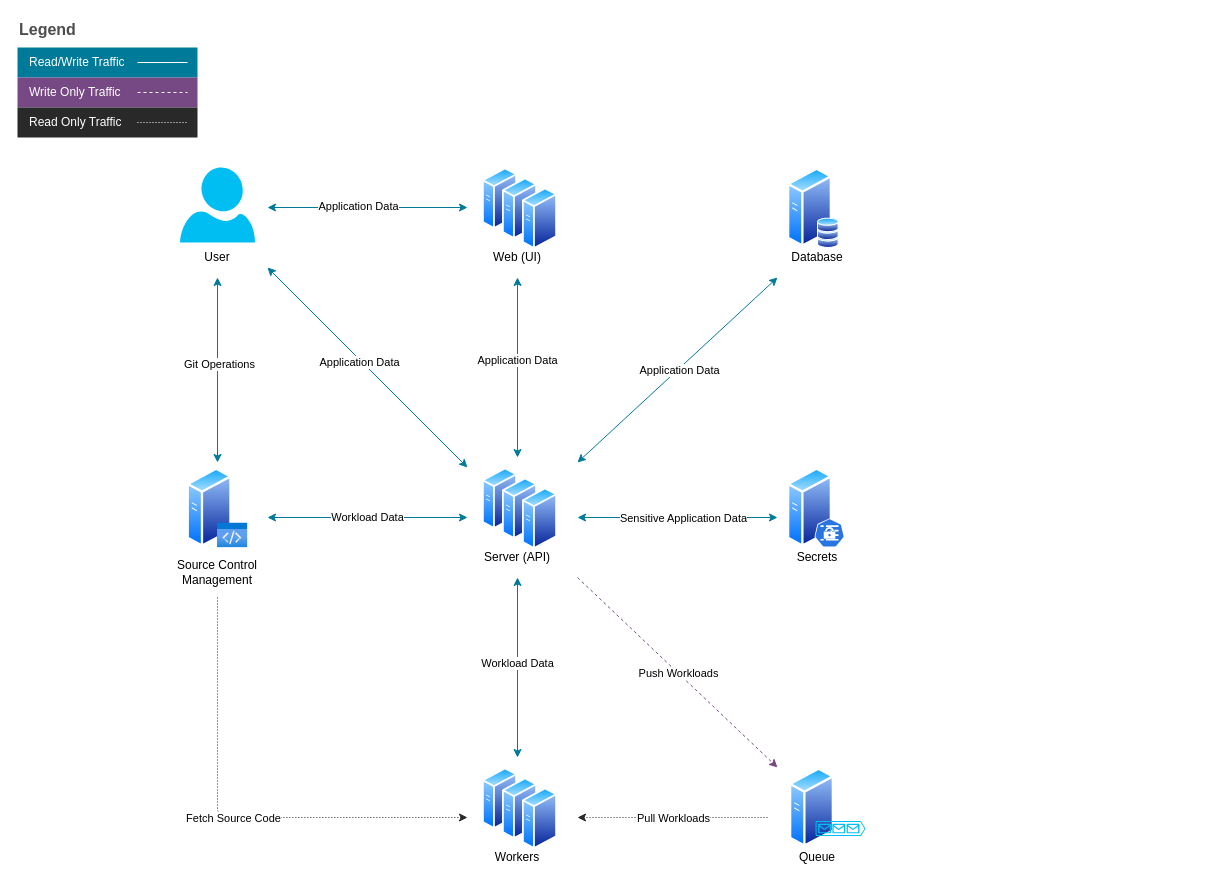
Before: content/administration/vela.drawio in jbrockopp/docs, a draw.io diagram. Source tidied: cells renumbered, new cells numbered last; positions are measured from the earlier drawing's top-left corner, leaving out a move shared by most shapes. Both pictures are drawn from the tidied source at 100%, with x=0, y=0 at pixel (17, 17). Pictures stored in the file or linked from it are replaced by grey dashed boxes.
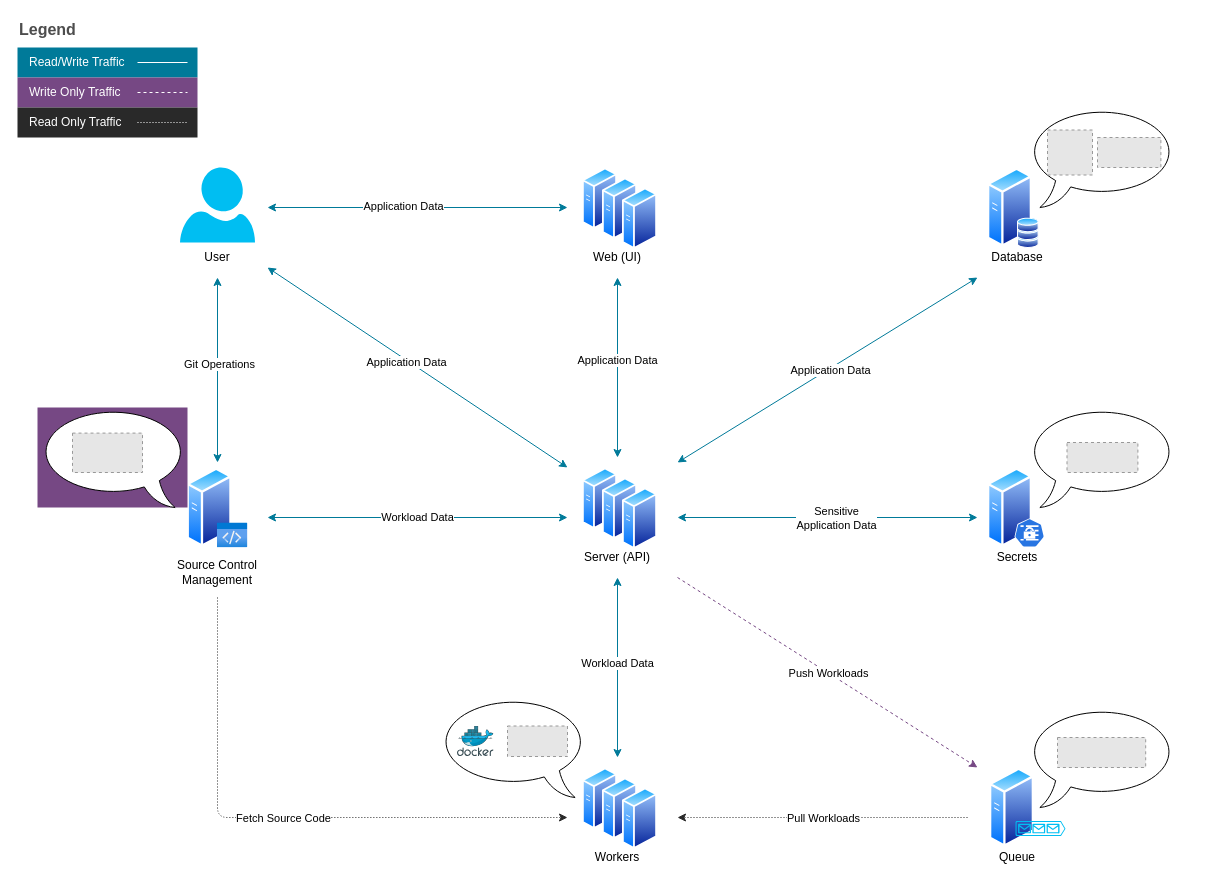
Above is the later version.

Commit message (it also covers changes not shown here):
enhance: update vela overview with tools

The edit, as a diff of the source:
```diff
@@
-    <mxCell id="2" style="group;" parent="1" vertex="1">
-      <mxGeometry x="150" y="150" width="700" height="705" as="geometry" />
-    </mxCell>
+    <mxCell id="66" value="Legend" style="align=left;fontSize=16;fontStyle=1;strokeColor=none;fillColor=none;fontColor=#4D4D4D;spacingTop=-8;" parent="1" vertex="1">
+      <mxGeometry width="180" height="30" as="geometry" />
+    </mxCell>
+    <mxCell id="67" style="shape=table;html=1;whiteSpace=wrap;startSize=0;childLayout=tableLayout;fillColor=none;align=left;spacingLeft=10;strokeColor=none;rounded=1;arcSize=11;fontColor=#FFFFFF;" parent="1" vertex="1">
+      <mxGeometry y="30" width="180" height="90" as="geometry" />
+    </mxCell>
+    <mxCell id="68" value="Read/Write Traffic" style="shape=partialRectangle;html=1;whiteSpace=wrap;fillColor=#007A99;top=0;left=0;bottom=0;right=0;overflow=hidden;align=left;spacingLeft=10;strokeColor=none;fontColor=#FFFFFF;" parent="67" vertex="1">
+      <mxGeometry width="180" height="30" as="geometry" />
+    </mxCell>
+    <mxCell id="69" value="Write Only Traffic" style="shape=partialRectangle;html=1;whiteSpace=wrap;fillColor=#764884;top=0;left=0;bottom=0;right=0;overflow=hidden;align=left;spacingLeft=10;fontColor=#FFFFFF;" parent="67" vertex="1">
+      <mxGeometry y="30" width="180" height="30" as="geometry" />
+    </mxCell>
+    <mxCell id="70" value="Read Only Traffic" style="shape=partialRectangle;html=1;whiteSpace=wrap;fillColor=#292929;top=0;left=0;bottom=0;right=0;overflow=hidden;align=left;spacingLeft=10;fontColor=#FFFFFF;strokeColor=none;" parent="67" vertex="1">
+      <mxGeometry y="60" width="180" height="30" as="geometry" />
+    </mxCell>
+    <mxCell id="71" style="endArrow=none;html=1;rounded=0;dashed=1;fontColor=#000000;strokeColor=#FFFFFF;" parent="1" edge="1">
+      <mxGeometry relative="1" as="geometry">
+        <mxPoint x="120" y="75" as="sourcePoint" />
+        <mxPoint x="170" y="75" as="targetPoint" />
+      </mxGeometry>
+    </mxCell>
+    <mxCell id="72" style="endArrow=none;html=1;rounded=0;dashed=1;fontColor=#000000;strokeColor=#FFFFFF;dashPattern=1 2;strokeWidth=1;" parent="1" edge="1">
+      <mxGeometry relative="1" as="geometry">
+        <mxPoint x="120" y="105" as="sourcePoint" />
+        <mxPoint x="170" y="105" as="targetPoint" />
+      </mxGeometry>
+    </mxCell>
+    <mxCell id="73" style="endArrow=none;html=1;rounded=0;fontColor=#000000;strokeColor=#FFFFFF;" parent="1" edge="1">
+      <mxGeometry relative="1" as="geometry">
+        <mxPoint x="120" y="45" as="sourcePoint" />
+        <mxPoint x="170" y="45" as="targetPoint" />
+      </mxGeometry>
+    </mxCell>
+    <mxCell id="74" style="group;" parent="1" vertex="1">
+      <mxGeometry x="150" y="150" width="1030" height="705" as="geometry" />
+    </mxCell>
-    <mxCell id="3" style="group;" parent="2" vertex="1">
+    <mxCell id="3" style="group;" parent="74" vertex="1">
       <mxGeometry y="300" width="100" height="120" as="geometry" />
     </mxCell>
@@
-    <mxCell id="8" style="group;" parent="2" vertex="1">
+    <mxCell id="8" style="group;" parent="74" vertex="1">
       <mxGeometry width="100" height="105" as="geometry" />
     </mxCell>
@@
-    <mxCell id="11" style="group;" parent="2" vertex="1">
-      <mxGeometry x="300" width="100" height="105" as="geometry" />
+    <mxCell id="11" style="group;" parent="74" vertex="1">
+      <mxGeometry x="400" width="100" height="105" as="geometry" />
     </mxCell>
@@
-    <mxCell id="17" style="group;" parent="2" vertex="1">
-      <mxGeometry x="300" y="300" width="100" height="105" as="geometry" />
+    <mxCell id="17" style="group;" parent="74" vertex="1">
+      <mxGeometry x="400" y="300" width="100" height="105" as="geometry" />
     </mxCell>
@@
-    <mxCell id="23" style="group;" parent="2" vertex="1">
-      <mxGeometry x="300" y="600" width="100" height="105" as="geometry" />
+    <mxCell id="23" style="group;" parent="74" vertex="1">
+      <mxGeometry x="400" y="600" width="100" height="105" as="geometry" />
     </mxCell>
@@
-    <mxCell id="29" style="group;" parent="2" vertex="1">
-      <mxGeometry x="600" width="100" height="105" as="geometry" />
-    </mxCell>
-    <mxCell id="30" value="Database" style="text;html=1;strokeColor=none;fillColor=none;align=center;verticalAlign=middle;whiteSpace=wrap;rounded=0;" parent="29" vertex="1">
-      <mxGeometry y="75" width="100" height="30" as="geometry" />
-    </mxCell>
-    <mxCell id="31" style="group;" parent="29" vertex="1">
-      <mxGeometry x="20" width="65" height="85" as="geometry" />
-    </mxCell>
-    <mxCell id="32" style="perimeter=ellipsePerimeter;html=1;align=center;shadow=0;dashed=0;spacingTop=3;image;image=img/lib/active_directory/generic_server.svg;" parent="31" vertex="1">
-      <mxGeometry width="45" height="80.4" as="geometry" />
-    </mxCell>
-    <mxCell id="33" style="group;" parent="31" vertex="1">
-      <mxGeometry x="30" y="50" width="35" height="35" as="geometry" />
-    </mxCell>
-    <mxCell id="34" style="perimeter=ellipsePerimeter;html=1;align=center;shadow=0;dashed=0;spacingTop=3;image;image=img/lib/active_directory/database.svg;" parent="33" vertex="1">
-      <mxGeometry y="15.7" width="21.6" height="16" as="geometry" />
-    </mxCell>
-    <mxCell id="35" style="perimeter=ellipsePerimeter;html=1;align=center;shadow=0;dashed=0;spacingTop=3;image;image=img/lib/active_directory/database.svg;" parent="33" vertex="1">
-      <mxGeometry y="7.8" width="21.6" height="16" as="geometry" />
-    </mxCell>
-    <mxCell id="36" style="perimeter=ellipsePerimeter;html=1;align=center;shadow=0;dashed=0;spacingTop=3;image;image=img/lib/active_directory/database.svg;" parent="33" vertex="1">
-      <mxGeometry width="21.6" height="16" as="geometry" />
-    </mxCell>
-    <mxCell id="37" style="group;" parent="2" vertex="1">
-      <mxGeometry x="600" y="600" width="100" height="105" as="geometry" />
+    <mxCell id="37" style="group;" parent="74" vertex="1">
+      <mxGeometry x="800" y="600" width="100" height="105" as="geometry" />
     </mxCell>
@@
-    <mxCell id="41" value="Secrets" style="text;html=1;strokeColor=none;fillColor=none;align=center;verticalAlign=middle;whiteSpace=wrap;rounded=0;" parent="2" vertex="1">
-      <mxGeometry x="600" y="375" width="100" height="30" as="geometry" />
-    </mxCell>
-    <mxCell id="42" style="endArrow=classic;html=1;rounded=0;strokeColor=#764884;dashed=1;" parent="2" edge="1">
-      <mxGeometry relative="1" as="geometry">
-        <mxPoint x="410" y="410" as="sourcePoint" />
-        <mxPoint x="610" y="600" as="targetPoint" />
+    <mxCell id="42" style="endArrow=classic;html=1;rounded=0;strokeColor=#764884;dashed=1;" parent="74" edge="1">
+      <mxGeometry as="geometry">
+        <mxPoint x="510" y="410" as="sourcePoint" />
+        <mxPoint x="810" y="600" as="targetPoint" />
       </mxGeometry>
     </mxCell>
@@
-    <mxCell id="44" style="endArrow=classic;html=1;rounded=0;strokeColor=#292929;dashed=1;dashPattern=1 2;strokeWidth=1;" parent="2" edge="1">
-      <mxGeometry relative="1" as="geometry">
-        <mxPoint x="600" y="650" as="sourcePoint" />
-        <mxPoint x="410" y="650" as="targetPoint" />
+    <mxCell id="44" style="endArrow=classic;html=1;rounded=0;strokeColor=#292929;dashed=1;dashPattern=1 2;strokeWidth=1;" parent="74" edge="1">
+      <mxGeometry as="geometry">
+        <mxPoint x="800" y="650" as="sourcePoint" />
+        <mxPoint x="510" y="650" as="targetPoint" />
       </mxGeometry>
     </mxCell>
@@
-    <mxCell id="46" style="endArrow=classic;startArrow=classic;html=1;rounded=0;strokeColor=#007A99;" parent="2" edge="1">
-      <mxGeometry relative="1" as="geometry">
-        <mxPoint x="410" y="295" as="sourcePoint" />
-        <mxPoint x="610" y="110" as="targetPoint" />
+    <mxCell id="46" style="endArrow=classic;startArrow=classic;html=1;rounded=0;strokeColor=#007A99;" parent="74" edge="1">
+      <mxGeometry as="geometry">
+        <mxPoint x="510" y="295" as="sourcePoint" />
+        <mxPoint x="810" y="110" as="targetPoint" />
       </mxGeometry>
     </mxCell>
@@
-    <mxCell id="48" style="endArrow=classic;startArrow=classic;html=1;rounded=0;strokeColor=#007A99;" parent="2" edge="1">
-      <mxGeometry relative="1" as="geometry">
-        <mxPoint x="410" y="350" as="sourcePoint" />
-        <mxPoint x="610" y="350" as="targetPoint" />
+    <mxCell id="48" style="endArrow=classic;startArrow=classic;html=1;rounded=0;strokeColor=#007A99;" parent="74" edge="1">
+      <mxGeometry as="geometry">
+        <mxPoint x="510" y="350" as="sourcePoint" />
+        <mxPoint x="810" y="350" as="targetPoint" />
       </mxGeometry>
     </mxCell>
-    <mxCell id="49" value="Sensitive Application Data" style="edgeLabel;html=1;align=center;verticalAlign=middle;" parent="48" vertex="1">
+    <mxCell id="49" value="Sensitive&lt;br&gt;Application Data" style="edgeLabel;html=1;align=center;verticalAlign=middle;" parent="48" vertex="1">
       <mxGeometry x="0.05" relative="1" as="geometry" />
     </mxCell>
-    <mxCell id="50" style="endArrow=classic;startArrow=classic;html=1;rounded=0;strokeColor=#007A99;" parent="2" edge="1">
-      <mxGeometry relative="1" as="geometry">
+    <mxCell id="50" style="endArrow=classic;startArrow=classic;html=1;rounded=0;strokeColor=#007A99;" parent="74" edge="1">
+      <mxGeometry as="geometry">
         <mxPoint x="50" y="110" as="sourcePoint" />
         <mxPoint x="50" y="295" as="targetPoint" />
       </mxGeometry>
     </mxCell>
@@
-    <mxCell id="52" style="group;" parent="2" vertex="1">
-      <mxGeometry x="620" y="300" width="57" height="80.4" as="geometry" />
-    </mxCell>
-    <mxCell id="53" style="perimeter=ellipsePerimeter;html=1;align=center;shadow=0;dashed=0;spacingTop=3;image;image=img/lib/active_directory/generic_server.svg;" parent="52" vertex="1">
-      <mxGeometry width="45" height="80.4" as="geometry" />
-    </mxCell>
-    <mxCell id="54" style="sketch=0;html=1;dashed=0;whitespace=wrap;fillColor=#2875E2;strokeColor=#ffffff;shape=mxgraph.kubernetes.icon;prIcon=secret;" parent="52" vertex="1">
-      <mxGeometry x="27" y="50.4" width="30" height="30" as="geometry" />
-    </mxCell>
-    <mxCell id="55" style="endArrow=classic;html=1;rounded=1;strokeColor=#292929;dashed=1;dashPattern=1 2;strokeWidth=1;" parent="2" edge="1">
-      <mxGeometry relative="1" as="geometry">
+    <mxCell id="55" style="endArrow=classic;html=1;rounded=1;strokeColor=#292929;dashed=1;dashPattern=1 2;strokeWidth=1;" parent="74" edge="1">
+      <mxGeometry as="geometry">
         <mxPoint x="50" y="430" as="sourcePoint" />
-        <mxPoint x="300" y="650" as="targetPoint" />
+        <mxPoint x="400" y="650" as="targetPoint" />
         <Array as="points">
           <mxPoint x="50" y="650" />
         </Array>
       </mxGeometry>
     </mxCell>
@@
-    <mxCell id="57" value="Workload Data" style="endArrow=classic;startArrow=classic;html=1;rounded=1;strokeColor=#007A99;" parent="2" edge="1">
-      <mxGeometry relative="1" as="geometry">
+    <mxCell id="57" value="Workload Data" style="endArrow=classic;startArrow=classic;html=1;rounded=1;strokeColor=#007A99;" parent="74" edge="1">
+      <mxGeometry as="geometry">
         <mxPoint x="100" y="350" as="sourcePoint" />
-        <mxPoint x="300" y="350" as="targetPoint" />
+        <mxPoint x="400" y="350" as="targetPoint" />
       </mxGeometry>
     </mxCell>
-    <mxCell id="58" style="endArrow=classic;startArrow=classic;html=1;rounded=1;strokeColor=#007A99;" parent="2" edge="1">
-      <mxGeometry relative="1" as="geometry">
-        <mxPoint x="350" y="110" as="sourcePoint" />
-        <mxPoint x="350" y="290" as="targetPoint" />
+    <mxCell id="58" style="endArrow=classic;startArrow=classic;html=1;rounded=1;strokeColor=#007A99;" parent="74" edge="1">
+      <mxGeometry as="geometry">
+        <mxPoint x="450" y="110" as="sourcePoint" />
+        <mxPoint x="450" y="290" as="targetPoint" />
       </mxGeometry>
     </mxCell>
@@
-    <mxCell id="60" style="endArrow=classic;startArrow=classic;html=1;rounded=1;strokeColor=#007A99;fontColor=#000000;" parent="2" edge="1">
-      <mxGeometry relative="1" as="geometry">
+    <mxCell id="60" style="endArrow=classic;startArrow=classic;html=1;rounded=1;strokeColor=#007A99;fontColor=#000000;" parent="74" edge="1">
+      <mxGeometry as="geometry">
         <mxPoint x="100" y="40" as="sourcePoint" />
-        <mxPoint x="300" y="40" as="targetPoint" />
+        <mxPoint x="400" y="40" as="targetPoint" />
       </mxGeometry>
     </mxCell>
@@
-    <mxCell id="62" style="endArrow=classic;startArrow=classic;html=1;rounded=1;strokeColor=#007A99;" parent="2" edge="1">
-      <mxGeometry relative="1" as="geometry">
+    <mxCell id="62" style="endArrow=classic;startArrow=classic;html=1;rounded=1;strokeColor=#007A99;" parent="74" edge="1">
+      <mxGeometry as="geometry">
         <mxPoint x="100" y="100" as="sourcePoint" />
-        <mxPoint x="300" y="300" as="targetPoint" />
+        <mxPoint x="400" y="300" as="targetPoint" />
       </mxGeometry>
     </mxCell>
@@
-    <mxCell id="64" style="endArrow=classic;startArrow=classic;html=1;rounded=1;strokeColor=#007A99;" parent="2" edge="1">
-      <mxGeometry relative="1" as="geometry">
-        <mxPoint x="350" y="410" as="sourcePoint" />
-        <mxPoint x="350" y="590" as="targetPoint" />
+    <mxCell id="64" style="endArrow=classic;startArrow=classic;html=1;rounded=1;strokeColor=#007A99;" parent="74" edge="1">
+      <mxGeometry as="geometry">
+        <mxPoint x="450" y="410" as="sourcePoint" />
+        <mxPoint x="450" y="590" as="targetPoint" />
       </mxGeometry>
     </mxCell>
@@
-    <mxCell id="66" value="Legend" style="align=left;fontSize=16;fontStyle=1;strokeColor=none;fillColor=none;fontColor=#4D4D4D;spacingTop=-8;" parent="1" vertex="1">
-      <mxGeometry width="180" height="30" as="geometry" />
-    </mxCell>
-    <mxCell id="67" style="shape=table;html=1;whiteSpace=wrap;startSize=0;childLayout=tableLayout;fillColor=none;align=left;spacingLeft=10;strokeColor=none;rounded=1;arcSize=11;fontColor=#FFFFFF;" parent="1" vertex="1">
-      <mxGeometry y="30" width="180" height="90" as="geometry" />
-    </mxCell>
-    <mxCell id="68" value="Read/Write Traffic" style="shape=partialRectangle;html=1;whiteSpace=wrap;fillColor=#007A99;top=0;left=0;bottom=0;right=0;overflow=hidden;align=left;spacingLeft=10;strokeColor=none;fontColor=#FFFFFF;" parent="67" vertex="1">
-      <mxGeometry width="180" height="30" as="geometry" />
-    </mxCell>
-    <mxCell id="69" value="Write Only Traffic" style="shape=partialRectangle;html=1;whiteSpace=wrap;fillColor=#764884;top=0;left=0;bottom=0;right=0;overflow=hidden;align=left;spacingLeft=10;fontColor=#FFFFFF;" parent="67" vertex="1">
-      <mxGeometry y="30" width="180" height="30" as="geometry" />
-    </mxCell>
-    <mxCell id="70" value="Read Only Traffic" style="shape=partialRectangle;html=1;whiteSpace=wrap;fillColor=#292929;top=0;left=0;bottom=0;right=0;overflow=hidden;align=left;spacingLeft=10;fontColor=#FFFFFF;strokeColor=none;" parent="67" vertex="1">
-      <mxGeometry y="60" width="180" height="30" as="geometry" />
-    </mxCell>
-    <mxCell id="71" style="endArrow=none;html=1;rounded=0;dashed=1;fontColor=#000000;strokeColor=#FFFFFF;" parent="1" edge="1">
-      <mxGeometry relative="1" as="geometry">
-        <mxPoint x="120" y="75" as="sourcePoint" />
-        <mxPoint x="170" y="75" as="targetPoint" />
-      </mxGeometry>
-    </mxCell>
-    <mxCell id="72" style="endArrow=none;html=1;rounded=0;dashed=1;fontColor=#000000;strokeColor=#FFFFFF;dashPattern=1 2;strokeWidth=1;" parent="1" edge="1">
-      <mxGeometry relative="1" as="geometry">
-        <mxPoint x="120" y="105" as="sourcePoint" />
-        <mxPoint x="170" y="105" as="targetPoint" />
-      </mxGeometry>
-    </mxCell>
-    <mxCell id="73" style="endArrow=none;html=1;rounded=0;fontColor=#000000;strokeColor=#FFFFFF;" parent="1" edge="1">
-      <mxGeometry relative="1" as="geometry">
-        <mxPoint x="120" y="45" as="sourcePoint" />
-        <mxPoint x="170" y="45" as="targetPoint" />
-      </mxGeometry>
-    </mxCell>
+    <mxCell id="75" style="group;" parent="74" vertex="1">
+      <mxGeometry x="800" y="300" width="100" height="105" as="geometry" />
+    </mxCell>
+    <mxCell id="41" value="Secrets" style="text;html=1;strokeColor=none;fillColor=none;align=center;verticalAlign=middle;whiteSpace=wrap;rounded=0;" parent="75" vertex="1">
+      <mxGeometry y="75" width="100" height="30" as="geometry" />
+    </mxCell>
+    <mxCell id="53" style="perimeter=ellipsePerimeter;html=1;align=center;shadow=0;dashed=0;spacingTop=3;image;image=img/lib/active_directory/generic_server.svg;" parent="75" vertex="1">
+      <mxGeometry x="20" width="45" height="80.4" as="geometry" />
+    </mxCell>
+    <mxCell id="54" style="sketch=0;html=1;dashed=0;whitespace=wrap;fillColor=#2875E2;strokeColor=#ffffff;shape=mxgraph.kubernetes.icon;prIcon=secret;" parent="75" vertex="1">
+      <mxGeometry x="47" y="50.4" width="30" height="30" as="geometry" />
+    </mxCell>
+    <mxCell id="76" style="group;" parent="74" vertex="1">
+      <mxGeometry x="800" width="100" height="105" as="geometry" />
+    </mxCell>
+    <mxCell id="30" value="Database" style="text;html=1;strokeColor=none;fillColor=none;align=center;verticalAlign=middle;whiteSpace=wrap;rounded=0;" parent="76" vertex="1">
+      <mxGeometry y="75" width="100" height="30" as="geometry" />
+    </mxCell>
+    <mxCell id="31" style="group;" parent="76" vertex="1">
+      <mxGeometry x="20" width="65" height="85" as="geometry" />
+    </mxCell>
+    <mxCell id="32" style="perimeter=ellipsePerimeter;html=1;align=center;shadow=0;dashed=0;spacingTop=3;image;image=img/lib/active_directory/generic_server.svg;" parent="31" vertex="1">
+      <mxGeometry width="45" height="80.4" as="geometry" />
+    </mxCell>
+    <mxCell id="33" style="group;" parent="31" vertex="1">
+      <mxGeometry x="30" y="50" width="35" height="35" as="geometry" />
+    </mxCell>
+    <mxCell id="34" style="perimeter=ellipsePerimeter;html=1;align=center;shadow=0;dashed=0;spacingTop=3;image;image=img/lib/active_directory/database.svg;" parent="33" vertex="1">
+      <mxGeometry y="15.7" width="21.6" height="16" as="geometry" />
+    </mxCell>
+    <mxCell id="35" style="perimeter=ellipsePerimeter;html=1;align=center;shadow=0;dashed=0;spacingTop=3;image;image=img/lib/active_directory/database.svg;" parent="33" vertex="1">
+      <mxGeometry y="7.8" width="21.6" height="16" as="geometry" />
+    </mxCell>
+    <mxCell id="36" style="perimeter=ellipsePerimeter;html=1;align=center;shadow=0;dashed=0;spacingTop=3;image;image=img/lib/active_directory/database.svg;" parent="33" vertex="1">
+      <mxGeometry width="21.6" height="16" as="geometry" />
+    </mxCell>
+    <mxCell id="77" style="group;" parent="74" vertex="1">
+      <mxGeometry x="270" y="530" width="150" height="100" as="geometry" />
+    </mxCell>
+    <mxCell id="78" style="whiteSpace=wrap;html=1;shape=mxgraph.basic.oval_callout;direction=east;flipH=1;" parent="77" vertex="1">
+      <mxGeometry width="150" height="100" as="geometry" />
+    </mxCell>
+    <mxCell id="79" style="sketch=0;html=1;align=center;image;fontSize=12;image=img/lib/mscae/Docker.svg;" parent="77" vertex="1">
+      <mxGeometry x="20" y="29" width="36.6" height="30" as="geometry" />
+    </mxCell>
+    <mxCell id="80" style="fillColor=#E6E6E6;strokeColor=#999999;dashed=1;" parent="77" vertex="1">
+      <mxGeometry x="70" y="28.5" width="60" height="30.5" as="geometry" />
+    </mxCell>
+    <mxCell id="81" style="group;fontColor=#292929;labelBackgroundColor=#007A99;fillColor=#764884;strokeColor=none;labelBorderColor=#764884;gradientColor=#764884;" parent="1" vertex="1">
+      <mxGeometry x="20" y="390" width="150" height="100" as="geometry" />
+    </mxCell>
+    <mxCell id="82" style="whiteSpace=wrap;html=1;shape=mxgraph.basic.oval_callout;direction=east;flipH=1;" parent="81" vertex="1">
+      <mxGeometry width="150" height="100" as="geometry" />
+    </mxCell>
+    <mxCell id="83" style="fillColor=#E6E6E6;strokeColor=#999999;dashed=1;" parent="81" vertex="1">
+      <mxGeometry x="35" y="25.6" width="70" height="39.4" as="geometry" />
+    </mxCell>
+    <mxCell id="84" style="group;" parent="1" vertex="1">
+      <mxGeometry x="1010" y="690" width="150" height="100" as="geometry" />
+    </mxCell>
+    <mxCell id="85" style="whiteSpace=wrap;html=1;shape=mxgraph.basic.oval_callout;" parent="84" vertex="1">
+      <mxGeometry width="150" height="100" as="geometry" />
+    </mxCell>
+    <mxCell id="86" style="fillColor=#E6E6E6;strokeColor=#999999;dashed=1;" parent="84" vertex="1">
+      <mxGeometry x="30" y="30" width="88.2" height="30" as="geometry" />
+    </mxCell>
+    <mxCell id="87" style="group;" parent="1" vertex="1">
+      <mxGeometry x="1010" y="390" width="150" height="100" as="geometry" />
+    </mxCell>
+    <mxCell id="88" style="whiteSpace=wrap;html=1;shape=mxgraph.basic.oval_callout;" parent="87" vertex="1">
+      <mxGeometry width="150" height="100" as="geometry" />
+    </mxCell>
+    <mxCell id="89" style="fillColor=#E6E6E6;strokeColor=#999999;dashed=1;" parent="87" vertex="1">
+      <mxGeometry x="39.5" y="35" width="70.9" height="30" as="geometry" />
+    </mxCell>
+    <mxCell id="90" style="group;" parent="1" vertex="1">
+      <mxGeometry x="1010" y="90" width="150" height="100" as="geometry" />
+    </mxCell>
+    <mxCell id="91" style="whiteSpace=wrap;html=1;shape=mxgraph.basic.oval_callout;" parent="90" vertex="1">
+      <mxGeometry width="150" height="100" as="geometry" />
+    </mxCell>
+    <mxCell id="92" style="fillColor=#E6E6E6;strokeColor=#999999;dashed=1;" parent="90" vertex="1">
+      <mxGeometry x="20" y="22.5" width="45" height="45" as="geometry" />
+    </mxCell>
+    <mxCell id="93" style="fillColor=#E6E6E6;strokeColor=#999999;dashed=1;" parent="90" vertex="1">
+      <mxGeometry x="70" y="30" width="63.4" height="30" as="geometry" />
+    </mxCell>
```
